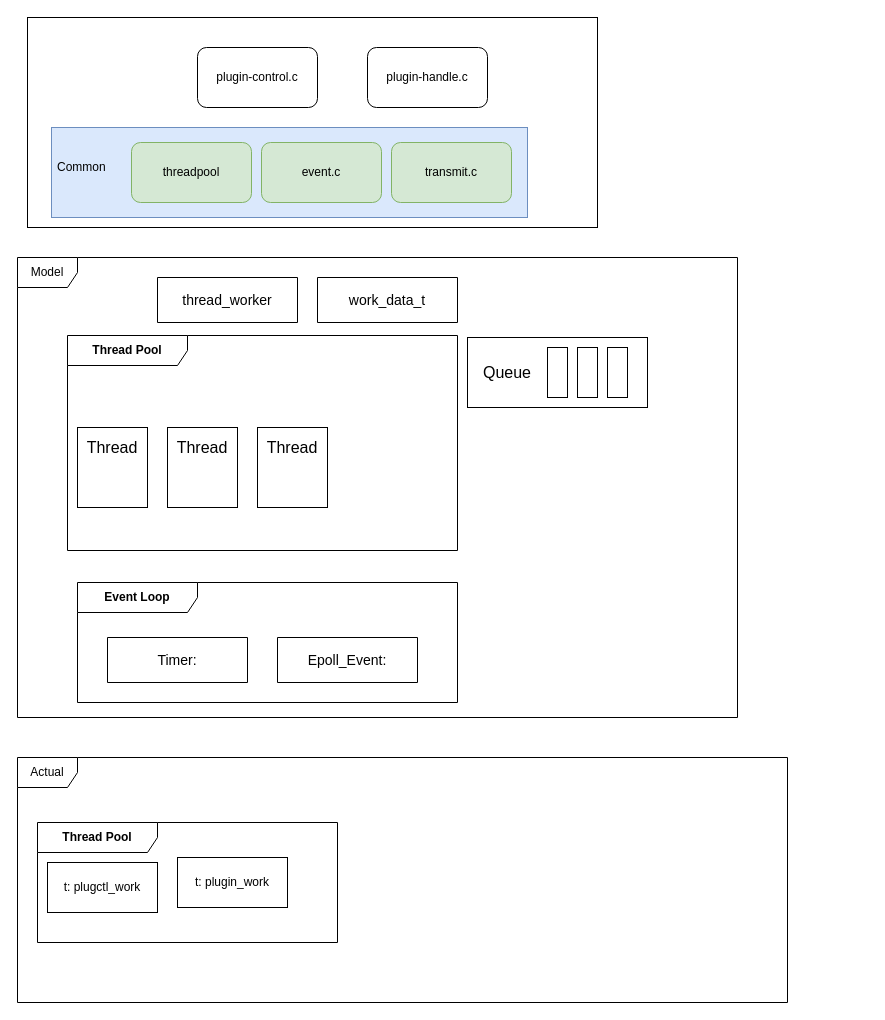
Above: page "frame" (3 of 3) of gw-mtk/mobile_manager.drawio in waterwatermelon/graph (draw.io), before the change. Source tidied: cells renumbered, new cells numbered last; positions are measured from the earlier drawing's top-left corner, leaving out a move shared by most shapes. Both pictures are drawn from the tidied source at 100%, with x=0, y=0 at pixel (17, 17).
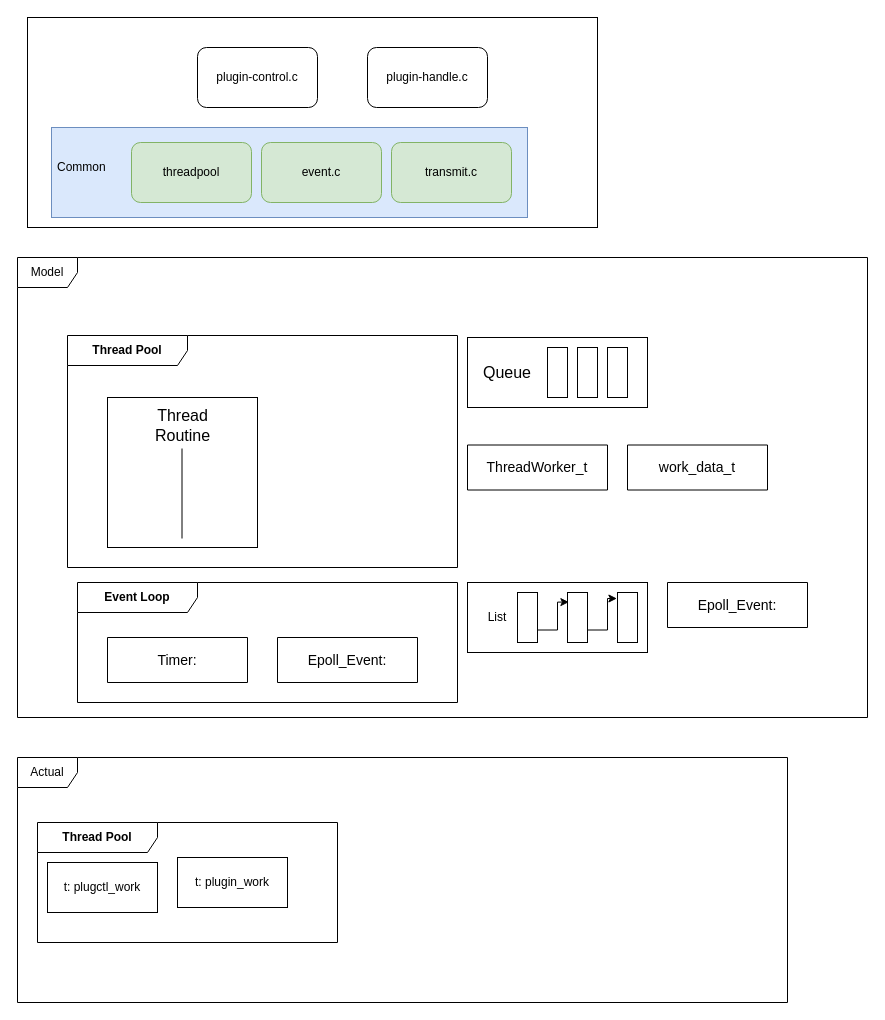
Above is the later version.

The edit, as a diff of the source:
```diff
@@
     <mxCell id="2" value="&lt;font style=&quot;font-size: 12px;&quot;&gt;&lt;b&gt;Thread Pool&lt;/b&gt;&lt;/font&gt;" style="shape=umlFrame;whiteSpace=wrap;html=1;width=120;height=30;" parent="1" vertex="1">
-      <mxGeometry x="50" y="318" width="390" height="215" as="geometry" />
+      <mxGeometry x="50" y="318" width="390" height="232" as="geometry" />
     </mxCell>
-    <mxCell id="3" value="thread_worker" style="swimlane;horizontal=1;startSize=50;rounded=1;fontSize=14;fontStyle=0;strokeWidth=1;shadow=0;dashed=0;align=center;arcSize=4;whiteSpace=wrap;html=1;" parent="1" vertex="1" collapsed="1">
-      <mxGeometry x="140" y="260" width="140" height="45" as="geometry" />
+    <mxCell id="3" value="ThreadWorker_t" style="swimlane;horizontal=1;startSize=50;rounded=1;fontSize=14;fontStyle=0;strokeWidth=1;shadow=0;dashed=0;align=center;arcSize=4;whiteSpace=wrap;html=1;" parent="1" vertex="1" collapsed="1">
+      <mxGeometry x="450" y="427.5" width="140" height="45" as="geometry" />
     </mxCell>
@@
     <mxCell id="13" value="work_data_t" style="swimlane;horizontal=1;startSize=50;rounded=1;fontSize=14;fontStyle=0;strokeWidth=1;shadow=0;dashed=0;align=center;arcSize=4;whiteSpace=wrap;html=1;" parent="1" vertex="1" collapsed="1">
-      <mxGeometry x="300" y="260" width="140" height="45" as="geometry" />
+      <mxGeometry x="610" y="427.5" width="140" height="45" as="geometry" />
     </mxCell>
     <mxCell id="14" value="Model" style="shape=umlFrame;whiteSpace=wrap;html=1;" parent="1" vertex="1">
-      <mxGeometry y="240" width="720" height="460" as="geometry" />
+      <mxGeometry y="240" width="850" height="460" as="geometry" />
     </mxCell>
@@
     <mxCell id="28" style="group;" parent="1" vertex="1">
-      <mxGeometry x="60" y="410" width="70" height="80" as="geometry" />
+      <mxGeometry x="90" y="380" width="150" height="150" as="geometry" />
     </mxCell>
     <mxCell id="29" style="rounded=0;whiteSpace=wrap;html=1;fontSize=16;align=center;" parent="28" vertex="1">
-      <mxGeometry width="70" height="80" as="geometry" />
+      <mxGeometry width="150" height="150" as="geometry" />
     </mxCell>
-    <mxCell id="30" value="Thread" style="text;html=1;strokeColor=none;fillColor=none;align=center;verticalAlign=middle;whiteSpace=wrap;rounded=0;fontSize=16;" parent="28" vertex="1">
-      <mxGeometry x="5" y="5" width="60" height="30" as="geometry" />
+    <mxCell id="30" value="Thread&lt;br&gt;Routine" style="text;html=1;strokeColor=none;fillColor=none;align=center;verticalAlign=middle;whiteSpace=wrap;rounded=0;fontSize=16;" parent="28" vertex="1">
+      <mxGeometry x="23.6" y="6.9" width="102.9" height="41.2" as="geometry" />
     </mxCell>
-    <mxCell id="31" style="group;" parent="1" vertex="1">
-      <mxGeometry x="150" y="410" width="70" height="80" as="geometry" />
-    </mxCell>
-    <mxCell id="32" style="rounded=0;whiteSpace=wrap;html=1;fontSize=16;align=center;" parent="31" vertex="1">
-      <mxGeometry width="70" height="80" as="geometry" />
-    </mxCell>
-    <mxCell id="33" value="Thread" style="text;html=1;strokeColor=none;fillColor=none;align=center;verticalAlign=middle;whiteSpace=wrap;rounded=0;fontSize=16;" parent="31" vertex="1">
-      <mxGeometry x="5" y="5" width="60" height="30" as="geometry" />
-    </mxCell>
-    <mxCell id="34" style="group;" parent="1" vertex="1">
-      <mxGeometry x="240" y="410" width="70" height="80" as="geometry" />
-    </mxCell>
-    <mxCell id="35" style="rounded=0;whiteSpace=wrap;html=1;fontSize=16;align=center;" parent="34" vertex="1">
-      <mxGeometry width="70" height="80" as="geometry" />
-    </mxCell>
-    <mxCell id="36" value="Thread" style="text;html=1;strokeColor=none;fillColor=none;align=center;verticalAlign=middle;whiteSpace=wrap;rounded=0;fontSize=16;" parent="34" vertex="1">
-      <mxGeometry x="5" y="5" width="60" height="30" as="geometry" />
-    </mxCell>
+    <mxCell id="37" style="endArrow=none;html=1;rounded=0;" parent="28" edge="1">
+      <mxGeometry relative="1" as="geometry">
+        <mxPoint x="74.5" y="51" as="sourcePoint" />
+        <mxPoint x="74.5" y="141" as="targetPoint" />
+      </mxGeometry>
+    </mxCell>
+    <mxCell id="38" style="rounded=0;whiteSpace=wrap;html=1;fontSize=16;" parent="1" vertex="1">
+      <mxGeometry x="450" y="565" width="180" height="70" as="geometry" />
+    </mxCell>
+    <mxCell id="39" style="edgeStyle=orthogonalEdgeStyle;rounded=0;jettySize=auto;html=1;exitX=1;exitY=0.75;exitDx=0;exitDy=0;entryX=0.07;entryY=0.192;entryDx=0;entryDy=0;entryPerimeter=0;" parent="1" edge="1" source="40" target="42">
+      <mxGeometry relative="1" as="geometry" />
+    </mxCell>
+    <mxCell id="40" style="rounded=0;whiteSpace=wrap;html=1;fontSize=16;" parent="1" vertex="1">
+      <mxGeometry x="500" y="575" width="20" height="50" as="geometry" />
+    </mxCell>
+    <mxCell id="41" style="edgeStyle=orthogonalEdgeStyle;rounded=0;jettySize=auto;html=1;exitX=1;exitY=0.75;exitDx=0;exitDy=0;entryX=-0.03;entryY=0.12;entryDx=0;entryDy=0;entryPerimeter=0;" parent="1" edge="1" source="42" target="43">
+      <mxGeometry relative="1" as="geometry" />
+    </mxCell>
+    <mxCell id="42" style="rounded=0;whiteSpace=wrap;html=1;fontSize=16;" parent="1" vertex="1">
+      <mxGeometry x="550" y="575" width="20" height="50" as="geometry" />
+    </mxCell>
+    <mxCell id="43" style="rounded=0;whiteSpace=wrap;html=1;fontSize=16;" parent="1" vertex="1">
+      <mxGeometry x="600" y="575" width="20" height="50" as="geometry" />
+    </mxCell>
+    <mxCell id="44" value="List" style="text;html=1;strokeColor=none;fillColor=none;align=center;verticalAlign=middle;whiteSpace=wrap;rounded=0;" parent="1" vertex="1">
+      <mxGeometry x="450" y="585" width="60" height="30" as="geometry" />
+    </mxCell>
+    <mxCell id="45" value="Epoll_Event:" style="swimlane;horizontal=1;startSize=50;rounded=1;fontSize=14;fontStyle=0;strokeWidth=1;shadow=0;dashed=0;align=center;arcSize=4;whiteSpace=wrap;html=1;" parent="1" vertex="1" collapsed="1">
+      <mxGeometry x="650" y="565" width="140" height="45" as="geometry" />
+    </mxCell>
```
